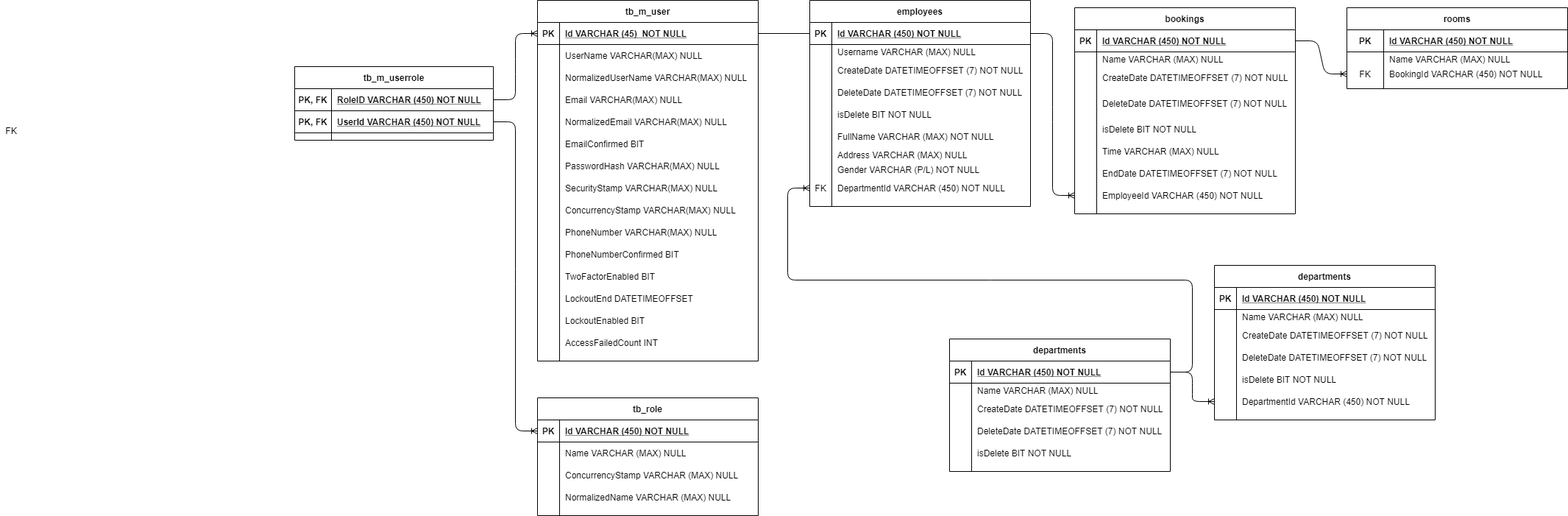
bootcamp-36-NET/Kelompok1_Meeting-Scheduler_Cahya-Julian_Rahayu-Putri keeps this draw.io diagram as ERDRevisi_MeetingScheduler.png. Above is the earlier version. Source tidied: cells renumbered, new cells last; positions are measured from the earlier drawing's top-left corner, leaving out a move shared by most shapes.
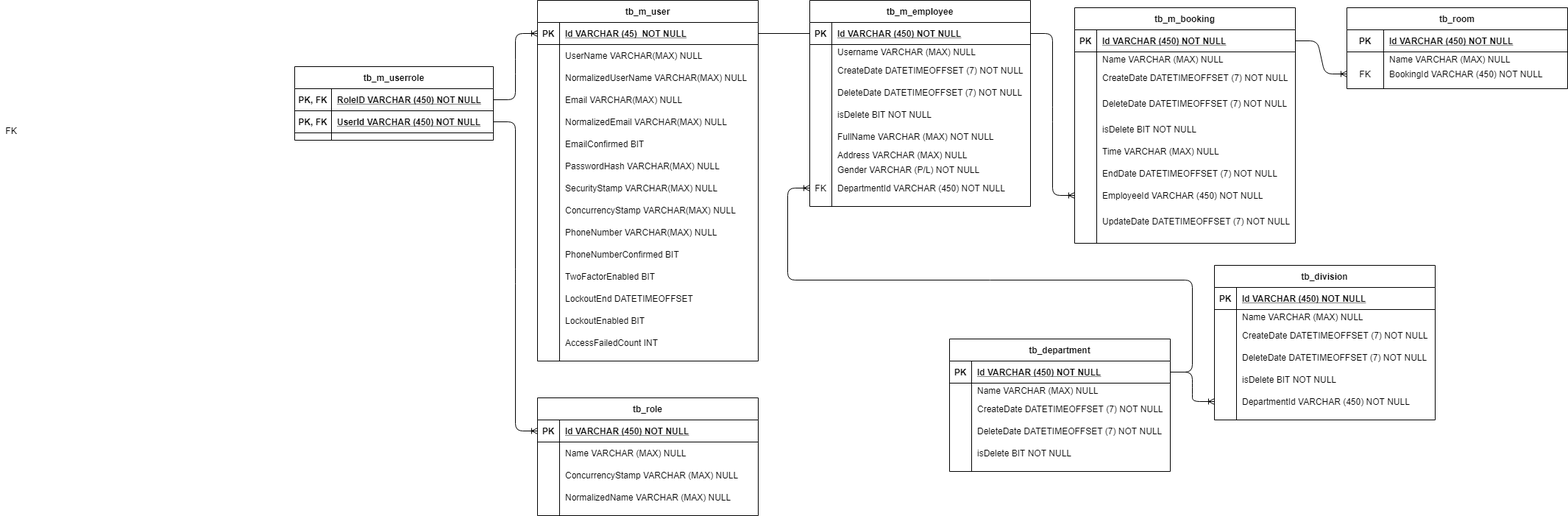
The same diagram one commit later.

Diff of the diagram source:
```diff
@@ -29,7 +29,7 @@
     <mxCell id="10" style="edgeStyle=entityRelationEdgeStyle;fontSize=12;html=1;endArrow=ERoneToMany;exitX=1;exitY=0.5;exitDx=0;exitDy=0;entryX=0;entryY=0.5;entryDx=0;entryDy=0;" parent="1" edge="1" source="6" target="50">
       <mxGeometry relative="1" as="geometry" />
     </mxCell>
-    <mxCell id="11" value="employees" style="shape=table;startSize=30;rowLines=0;fontStyle=1;align=center;" parent="1" vertex="1">
+    <mxCell id="11" value="tb_m_employee" style="shape=table;startSize=30;rowLines=0;fontStyle=1;align=center;" parent="1" vertex="1">
       <mxGeometry x="1100" width="300" height="280" as="geometry" />
     </mxCell>
     <mxCell id="12" style="shape=partialRectangle;fillColor=none;points=[[0,0.5],[1,0.5]];portConstraint=eastwest;top=0;left=0;right=0;bottom=1;" parent="11" vertex="1">
@@ -113,7 +113,7 @@
     <mxCell id="38" value="DepartmentId VARCHAR (450) NOT NULL" style="shape=partialRectangle;overflow=hidden;fillColor=none;top=0;left=0;bottom=0;right=0;align=left;spacingLeft=6;" parent="36" vertex="1">
       <mxGeometry x="30" width="270" height="30" as="geometry" />
     </mxCell>
-    <mxCell id="39" value="rooms" style="shape=table;startSize=30;rowLines=0;fontStyle=1;align=center;" parent="1" vertex="1">
+    <mxCell id="39" value="tb_room" style="shape=table;startSize=30;rowLines=0;fontStyle=1;align=center;" parent="1" vertex="1">
       <mxGeometry x="1830" y="10" width="300" height="110" as="geometry" />
     </mxCell>
     <mxCell id="40" style="shape=partialRectangle;fillColor=none;top=0;left=0;right=0;bottom=1;" parent="39" vertex="1">
@@ -329,8 +329,8 @@
     <mxCell id="110" style="edgeStyle=entityRelationEdgeStyle;fontSize=12;html=1;endArrow=ERoneToMany;exitX=1;exitY=0.5;exitDx=0;exitDy=0;" parent="1" edge="1" source="12" target="133">
       <mxGeometry relative="1" as="geometry" />
     </mxCell>
-    <mxCell id="111" value="bookings" style="shape=table;startSize=30;rowLines=0;fontStyle=1;align=center;" parent="1" vertex="1">
-      <mxGeometry x="1460" y="10" width="300" height="280" as="geometry" />
+    <mxCell id="111" value="tb_m_booking" style="shape=table;startSize=30;rowLines=0;fontStyle=1;align=center;" parent="1" vertex="1">
+      <mxGeometry x="1460" y="10" width="300" height="320" as="geometry" />
     </mxCell>
     <mxCell id="112" style="shape=partialRectangle;fillColor=none;points=[[0,0.5],[1,0.5]];portConstraint=eastwest;top=0;left=0;right=0;bottom=1;" parent="111" vertex="1">
       <mxGeometry y="30" width="300" height="30" as="geometry" />
@@ -404,10 +404,19 @@
     <mxCell id="135" value="EmployeeId VARCHAR (450) NOT NULL" style="shape=partialRectangle;overflow=hidden;fillColor=none;top=0;left=0;bottom=0;right=0;align=left;spacingLeft=6;" parent="133" vertex="1">
       <mxGeometry x="30" width="270" height="30" as="geometry" />
     </mxCell>
+    <mxCell id="174" style="shape=partialRectangle;fillColor=none;top=0;left=0;right=0;bottom=0;" parent="111" vertex="1">
+      <mxGeometry y="270" width="300" height="40" as="geometry" />
+    </mxCell>
+    <mxCell id="175" style="shape=partialRectangle;overflow=hidden;fillColor=none;top=0;left=0;bottom=0;right=0;" parent="174" vertex="1">
+      <mxGeometry width="30" height="40" as="geometry" />
+    </mxCell>
+    <mxCell id="176" value="UpdateDate DATETIMEOFFSET (7) NOT NULL" style="shape=partialRectangle;overflow=hidden;fillColor=none;top=0;left=0;bottom=0;right=0;align=left;spacingLeft=6;" parent="174" vertex="1">
+      <mxGeometry x="30" width="270" height="40" as="geometry" />
+    </mxCell>
     <mxCell id="136" style="edgeStyle=entityRelationEdgeStyle;fontSize=12;html=1;endArrow=ERoneToMany;exitX=1;exitY=0.5;exitDx=0;exitDy=0;entryX=0;entryY=0.5;entryDx=0;entryDy=0;" parent="1" edge="1" source="138" target="169">
       <mxGeometry relative="1" as="geometry" />
     </mxCell>
-    <mxCell id="137" value="departments" style="shape=table;startSize=30;rowLines=0;fontStyle=1;align=center;" parent="1" vertex="1">
+    <mxCell id="137" value="tb_department" style="shape=table;startSize=30;rowLines=0;fontStyle=1;align=center;" parent="1" vertex="1">
       <mxGeometry x="1290" y="460" width="300" height="180" as="geometry" />
     </mxCell>
     <mxCell id="138" style="shape=partialRectangle;fillColor=none;points=[[0,0.5],[1,0.5]];portConstraint=eastwest;top=0;left=0;right=0;bottom=1;" parent="137" vertex="1">
@@ -455,7 +464,7 @@
     <mxCell id="152" value="isDelete BIT NOT NULL" style="shape=partialRectangle;overflow=hidden;fillColor=none;top=0;left=0;bottom=0;right=0;align=left;spacingLeft=6;" parent="150" vertex="1">
       <mxGeometry x="30" width="270" height="30" as="geometry" />
     </mxCell>
-    <mxCell id="153" value="departments" style="shape=table;startSize=30;rowLines=0;fontStyle=1;align=center;" parent="1" vertex="1">
+    <mxCell id="153" value="tb_division" style="shape=table;startSize=30;rowLines=0;fontStyle=1;align=center;" parent="1" vertex="1">
       <mxGeometry x="1650" y="360" width="300" height="210" as="geometry" />
     </mxCell>
     <mxCell id="154" style="shape=partialRectangle;fillColor=none;top=0;left=0;right=0;bottom=1;" parent="153" vertex="1">
```
